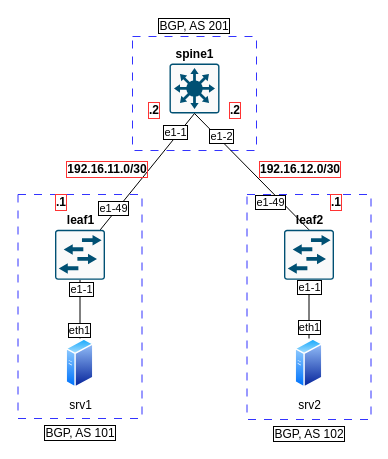
Before: srlinux/l2-evpn/l2-evpn-srlinux.drawio in akhmadkun/clabs, a draw.io diagram. Source tidied: cells renumbered, new cells numbered last; positions are measured from the earlier drawing's top-left corner, leaving out a move shared by most shapes. Both pictures are drawn from the tidied source at 100%, with x=0, y=0 at pixel (18, 36).
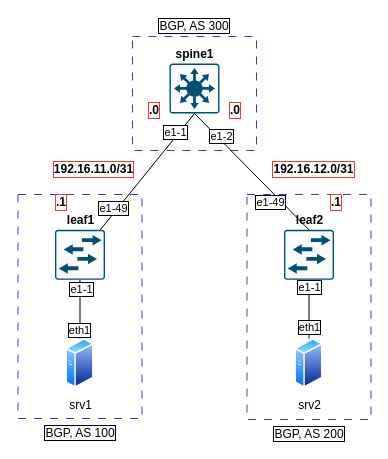
The same diagram, later.

Commit message (it also covers changes not shown here):
update l2vpn srlinux

The edit, as a diff of the source:
```diff
@@
-    <mxCell id="2" value="BGP, AS 102" style="rounded=0;whiteSpace=wrap;html=1;dashed=1;dashPattern=8 8;labelPosition=center;verticalLabelPosition=bottom;align=center;verticalAlign=top;labelBorderColor=default;strokeColor=#3333FF;" parent="1" vertex="1">
+    <mxCell id="2" value="BGP, AS 200" style="rounded=0;whiteSpace=wrap;html=1;dashed=1;dashPattern=8 8;labelPosition=center;verticalLabelPosition=bottom;align=center;verticalAlign=top;labelBorderColor=default;strokeColor=#3333FF;" parent="1" vertex="1">
       <mxGeometry x="228.5" y="158" width="124" height="225" as="geometry" />
     </mxCell>
-    <mxCell id="3" value="BGP, AS 101" style="rounded=0;whiteSpace=wrap;html=1;dashed=1;dashPattern=8 8;labelPosition=center;verticalLabelPosition=bottom;align=center;verticalAlign=top;labelBorderColor=default;strokeColor=#3333FF;" parent="1" vertex="1">
+    <mxCell id="3" value="BGP, AS 100" style="rounded=0;whiteSpace=wrap;html=1;dashed=1;dashPattern=8 8;labelPosition=center;verticalLabelPosition=bottom;align=center;verticalAlign=top;labelBorderColor=default;strokeColor=#3333FF;" parent="1" vertex="1">
       <mxGeometry x="-0.5" y="158" width="124" height="224" as="geometry" />
     </mxCell>
-    <mxCell id="4" value="BGP, AS 201" style="rounded=0;whiteSpace=wrap;html=1;dashed=1;dashPattern=8 8;labelPosition=center;verticalLabelPosition=top;align=center;verticalAlign=bottom;labelBorderColor=default;strokeColor=#3333FF;" parent="1" vertex="1">
+    <mxCell id="4" value="BGP, AS 300" style="rounded=0;whiteSpace=wrap;html=1;dashed=1;dashPattern=8 8;labelPosition=center;verticalLabelPosition=top;align=center;verticalAlign=bottom;labelBorderColor=default;strokeColor=#3333FF;" parent="1" vertex="1">
       <mxGeometry x="114" width="124" height="114" as="geometry" />
     </mxCell>
@@
-    <mxCell id="22" value="192.16.11.0/30" style="text;html=1;whiteSpace=wrap;strokeColor=none;fillColor=none;align=center;verticalAlign=middle;rounded=0;fontStyle=1;labelBackgroundColor=none;labelBorderColor=#FF3333;" parent="1" vertex="1">
-      <mxGeometry x="59" y="118" width="60" height="30" as="geometry" />
+    <mxCell id="22" value="192.16.11.0/31" style="text;html=1;whiteSpace=wrap;strokeColor=none;fillColor=none;align=center;verticalAlign=middle;rounded=0;fontStyle=1;labelBackgroundColor=none;labelBorderColor=#FF3333;" parent="1" vertex="1">
+      <mxGeometry x="32" y="118" width="87" height="30" as="geometry" />
     </mxCell>
-    <mxCell id="23" value="192.16.12.0/30" style="text;html=1;whiteSpace=wrap;strokeColor=none;fillColor=none;align=center;verticalAlign=middle;rounded=0;fontStyle=1;labelBackgroundColor=none;labelBorderColor=#FF3333;" parent="1" vertex="1">
-      <mxGeometry x="252" y="118" width="60" height="30" as="geometry" />
+    <mxCell id="23" value="192.16.12.0/31" style="text;html=1;whiteSpace=wrap;strokeColor=none;fillColor=none;align=center;verticalAlign=middle;rounded=0;fontStyle=1;labelBackgroundColor=none;labelBorderColor=#FF3333;" parent="1" vertex="1">
+      <mxGeometry x="252" y="118" width="87" height="30" as="geometry" />
     </mxCell>
@@
-    <mxCell id="26" value=".2" style="text;html=1;whiteSpace=wrap;strokeColor=none;fillColor=none;align=center;verticalAlign=middle;rounded=0;fontFamily=Helvetica;fontSize=12;fontColor=default;fontStyle=1;labelBorderColor=#FF3333;labelBackgroundColor=none;" parent="1" vertex="1">
+    <mxCell id="26" value=".0" style="text;html=1;whiteSpace=wrap;strokeColor=none;fillColor=none;align=center;verticalAlign=middle;rounded=0;fontFamily=Helvetica;fontSize=12;fontColor=default;fontStyle=1;labelBorderColor=#FF3333;labelBackgroundColor=none;" parent="1" vertex="1">
       <mxGeometry x="123" y="59" width="26" height="30" as="geometry" />
     </mxCell>
-    <mxCell id="27" value=".2" style="text;html=1;whiteSpace=wrap;strokeColor=none;fillColor=none;align=center;verticalAlign=middle;rounded=0;fontFamily=Helvetica;fontSize=12;fontColor=default;fontStyle=1;labelBorderColor=#FF3333;labelBackgroundColor=none;" parent="1" vertex="1">
+    <mxCell id="27" value=".0" style="text;html=1;whiteSpace=wrap;strokeColor=none;fillColor=none;align=center;verticalAlign=middle;rounded=0;fontFamily=Helvetica;fontSize=12;fontColor=default;fontStyle=1;labelBorderColor=#FF3333;labelBackgroundColor=none;" parent="1" vertex="1">
       <mxGeometry x="204" y="59" width="26" height="30" as="geometry" />
     </mxCell>
```
